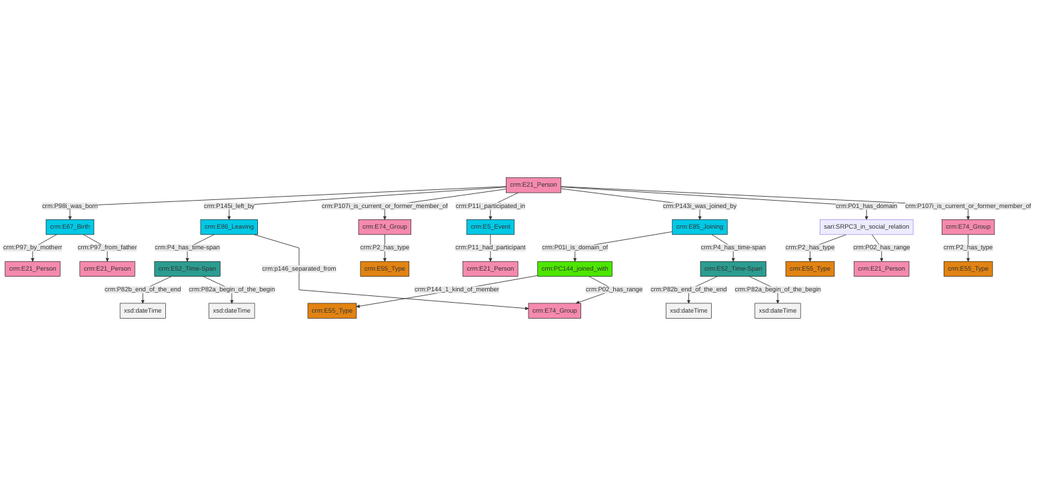
Before: et/personCSV/ttl/mmd/png/Person_Actor_Relations.png, a diagram exported from Mermaid (ncarboni/srdm). Its source is kept beside it as et/personCSV/ttl/mmd/Person_Actor_Relations.ttl.mmd.
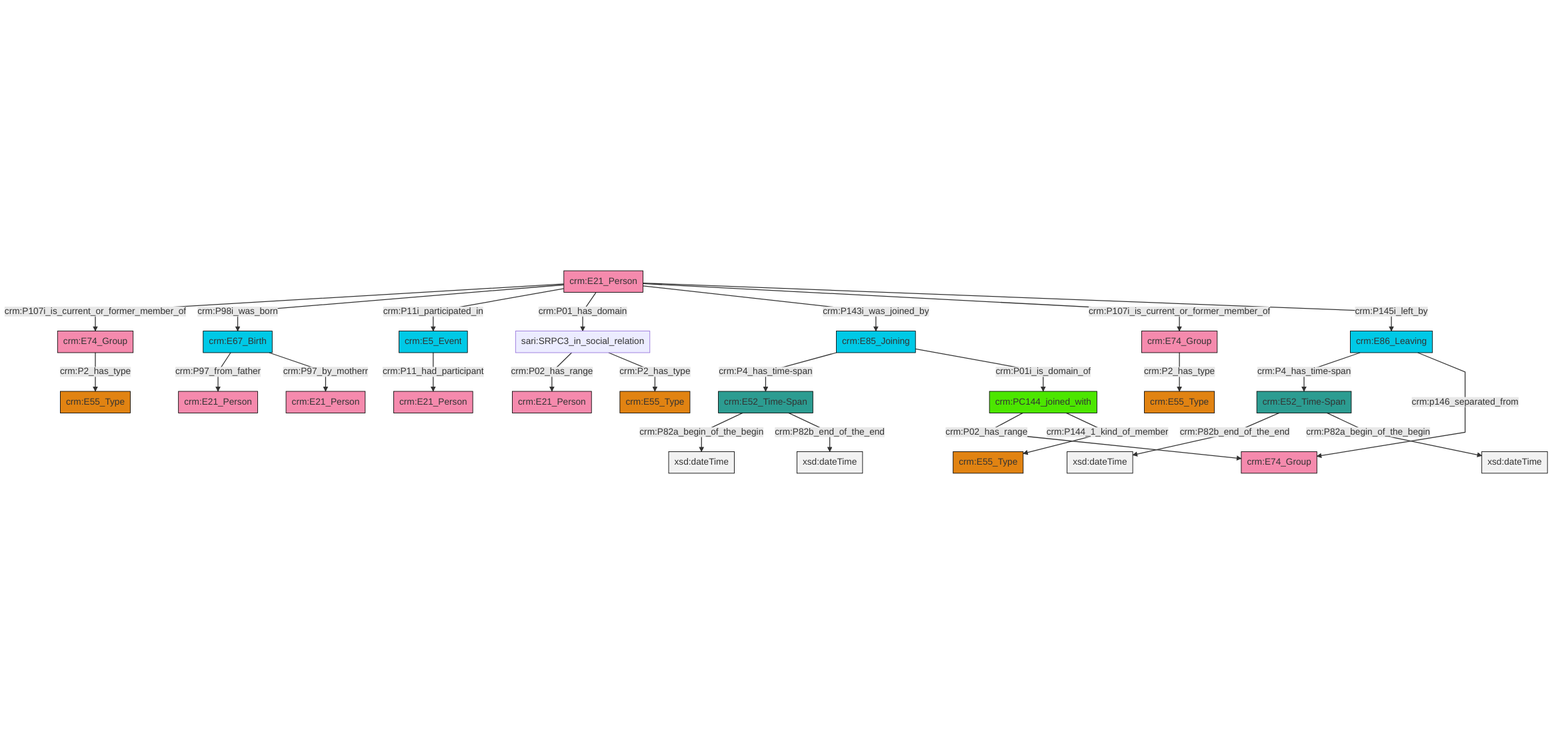
Above is the later version.

Change to the diagram source:
```diff
@@ -13,27 +13,27 @@
 classDef PC_Classes fill:#4ce600, stroke:#000000;
 classDef Multi fill:#cccccc,stroke:#000000;
 
-0["crm:E67_Birth"]:::Temporal_Entity -->|crm:P97_by_motherr| 1["crm:E21_Person"]:::Actor
-4["crm:E21_Person"]:::Actor -->|crm:P98i_was_born| 0["crm:E67_Birth"]:::Temporal_Entity
-5["crm:E74_Group"]:::Actor -->|crm:P2_has_type| 6["crm:E55_Type"]:::Type
-0["crm:E67_Birth"]:::Temporal_Entity -->|crm:P97_from_father| 11["crm:E21_Person"]:::Actor
-12["crm:E52_Time-Span"]:::Time-Span -->|crm:P82b_end_of_the_end| 13[xsd:dateTime]:::Literal
-14["crm:E52_Time-Span"]:::Time-Span -->|crm:P82b_end_of_the_end| 15[xsd:dateTime]:::Literal
-16["crm:E86_Leaving"]:::Temporal_Entity -->|crm:P4_has_time-span| 14["crm:E52_Time-Span"]:::Time-Span
-17["crm:PC144_joined_with"]:::PC_Classes -->|crm:P144_1_kind_of_member| 9["crm:E55_Type"]:::Type
-18["crm:E85_Joining"]:::Temporal_Entity -->|crm:P01i_is_domain_of| 17["crm:PC144_joined_with"]:::PC_Classes
-16["crm:E86_Leaving"]:::Temporal_Entity -->|crm:p146_separated_from| 21["crm:E74_Group"]:::Actor
-17["crm:PC144_joined_with"]:::PC_Classes -->|crm:P02_has_range| 21["crm:E74_Group"]:::Actor
-23["crm:E5_Event"]:::Temporal_Entity -->|crm:P11_had_participant| 19["crm:E21_Person"]:::Actor
-12["crm:E52_Time-Span"]:::Time-Span -->|crm:P82a_begin_of_the_begin| 29[xsd:dateTime]:::Literal
-14["crm:E52_Time-Span"]:::Time-Span -->|crm:P82a_begin_of_the_begin| 30[xsd:dateTime]:::Literal
-4["crm:E21_Person"]:::Actor -->|crm:P145i_left_by| 16["crm:E86_Leaving"]:::Temporal_Entity
-4["crm:E21_Person"]:::Actor -->|crm:P107i_is_current_or_former_member_of| 5["crm:E74_Group"]:::Actor
-4["crm:E21_Person"]:::Actor -->|crm:P11i_participated_in| 23["crm:E5_Event"]:::Temporal_Entity
-4["crm:E21_Person"]:::Actor -->|crm:P143i_was_joined_by| 18["crm:E85_Joining"]:::Temporal_Entity
-36["sari:SRPC3_in_social_relation"]:::Default -->|crm:P2_has_type| 37["crm:E55_Type"]:::Type
-36["sari:SRPC3_in_social_relation"]:::Default -->|crm:P02_has_range| 7["crm:E21_Person"]:::Actor
-2["crm:E74_Group"]:::Actor -->|crm:P2_has_type| 27["crm:E55_Type"]:::Type
-4["crm:E21_Person"]:::Actor -->|crm:P01_has_domain| 36["sari:SRPC3_in_social_relation"]:::Default
-18["crm:E85_Joining"]:::Temporal_Entity -->|crm:P4_has_time-span| 12["crm:E52_Time-Span"]:::Time-Span
-4["crm:E21_Person"]:::Actor -->|crm:P107i_is_current_or_former_member_of| 2["crm:E74_Group"]:::Actor
+4["crm:E52_Time-Span"]:::Time-Span -->|crm:P82a_begin_of_the_begin| 5[xsd:dateTime]:::Literal
+6["crm:E21_Person"]:::Actor -->|crm:P107i_is_current_or_former_member_of| 7["crm:E74_Group"]:::Actor
+10["crm:E52_Time-Span"]:::Time-Span -->|crm:P82b_end_of_the_end| 11[xsd:dateTime]:::Literal
+0["crm:E67_Birth"]:::Temporal_Entity -->|crm:P97_from_father| 12["crm:E21_Person"]:::Actor
+10["crm:E52_Time-Span"]:::Time-Span -->|crm:P82a_begin_of_the_begin| 13[xsd:dateTime]:::Literal
+6["crm:E21_Person"]:::Actor -->|crm:P98i_was_born| 0["crm:E67_Birth"]:::Temporal_Entity
+6["crm:E21_Person"]:::Actor -->|crm:P11i_participated_in| 14["crm:E5_Event"]:::Temporal_Entity
+6["crm:E21_Person"]:::Actor -->|crm:P01_has_domain| 8["sari:SRPC3_in_social_relation"]:::Default
+15["crm:PC144_joined_with"]:::PC_Classes -->|crm:P02_has_range| 16["crm:E74_Group"]:::Actor
+8["sari:SRPC3_in_social_relation"]:::Default -->|crm:P02_has_range| 17["crm:E21_Person"]:::Actor
+6["crm:E21_Person"]:::Actor -->|crm:P143i_was_joined_by| 2["crm:E85_Joining"]:::Temporal_Entity
+21["crm:E74_Group"]:::Actor -->|crm:P2_has_type| 22["crm:E55_Type"]:::Type
+15["crm:PC144_joined_with"]:::PC_Classes -->|crm:P144_1_kind_of_member| 18["crm:E55_Type"]:::Type
+7["crm:E74_Group"]:::Actor -->|crm:P2_has_type| 28["crm:E55_Type"]:::Type
+14["crm:E5_Event"]:::Temporal_Entity -->|crm:P11_had_participant| 32["crm:E21_Person"]:::Actor
+2["crm:E85_Joining"]:::Temporal_Entity -->|crm:P4_has_time-span| 4["crm:E52_Time-Span"]:::Time-Span
+0["crm:E67_Birth"]:::Temporal_Entity -->|crm:P97_by_motherr| 26["crm:E21_Person"]:::Actor
+6["crm:E21_Person"]:::Actor -->|crm:P107i_is_current_or_former_member_of| 21["crm:E74_Group"]:::Actor
+2["crm:E85_Joining"]:::Temporal_Entity -->|crm:P01i_is_domain_of| 15["crm:PC144_joined_with"]:::PC_Classes
+8["sari:SRPC3_in_social_relation"]:::Default -->|crm:P2_has_type| 40["crm:E55_Type"]:::Type
+30["crm:E86_Leaving"]:::Temporal_Entity -->|crm:P4_has_time-span| 10["crm:E52_Time-Span"]:::Time-Span
+30["crm:E86_Leaving"]:::Temporal_Entity -->|crm:p146_separated_from| 16["crm:E74_Group"]:::Actor
+6["crm:E21_Person"]:::Actor -->|crm:P145i_left_by| 30["crm:E86_Leaving"]:::Temporal_Entity
+4["crm:E52_Time-Span"]:::Time-Span -->|crm:P82b_end_of_the_end| 43[xsd:dateTime]:::Literal
```
